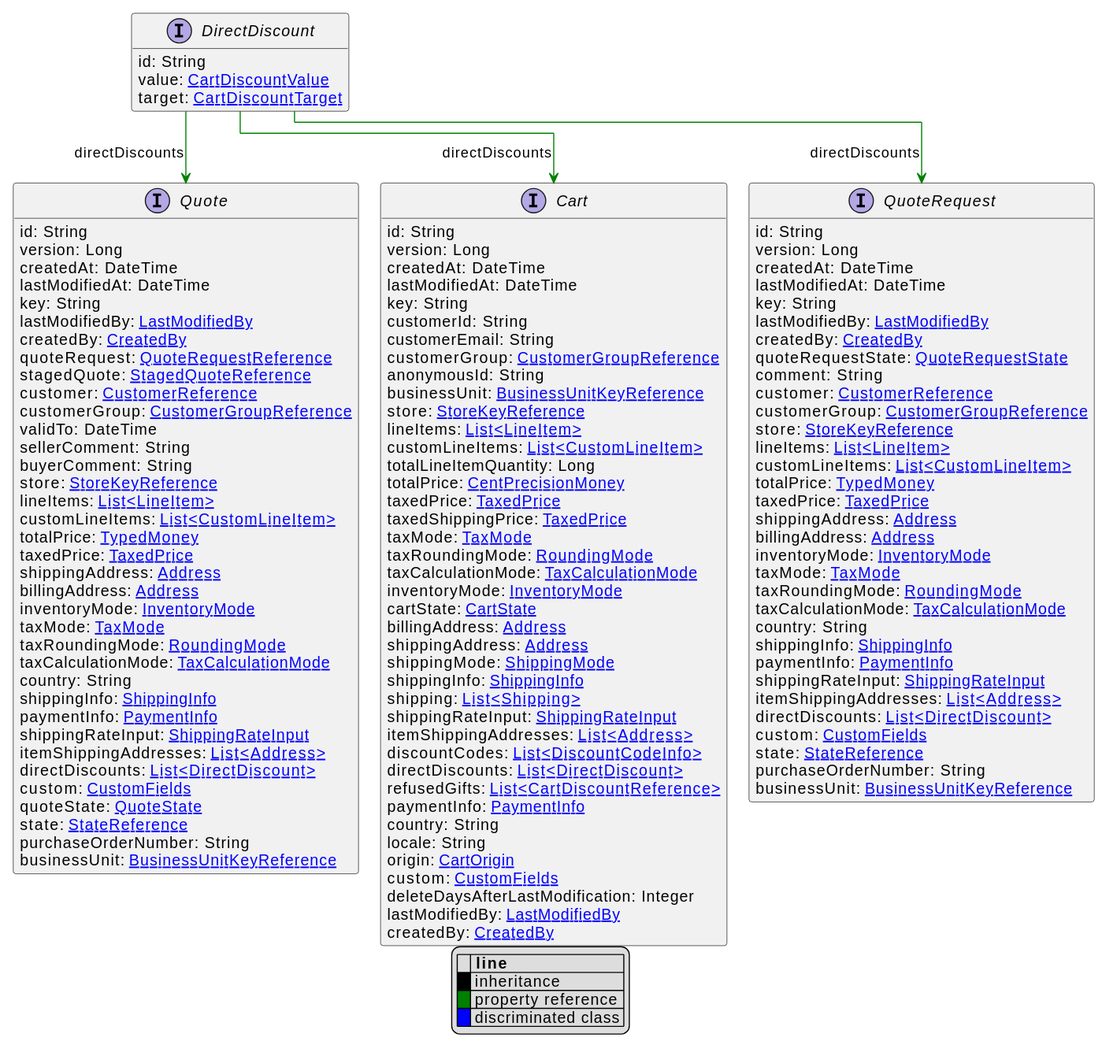
This is uml/api/svg/DirectDiscount.svg from commercetools/commercetools-api-reference, a PlantUML export, as it was before one commit.
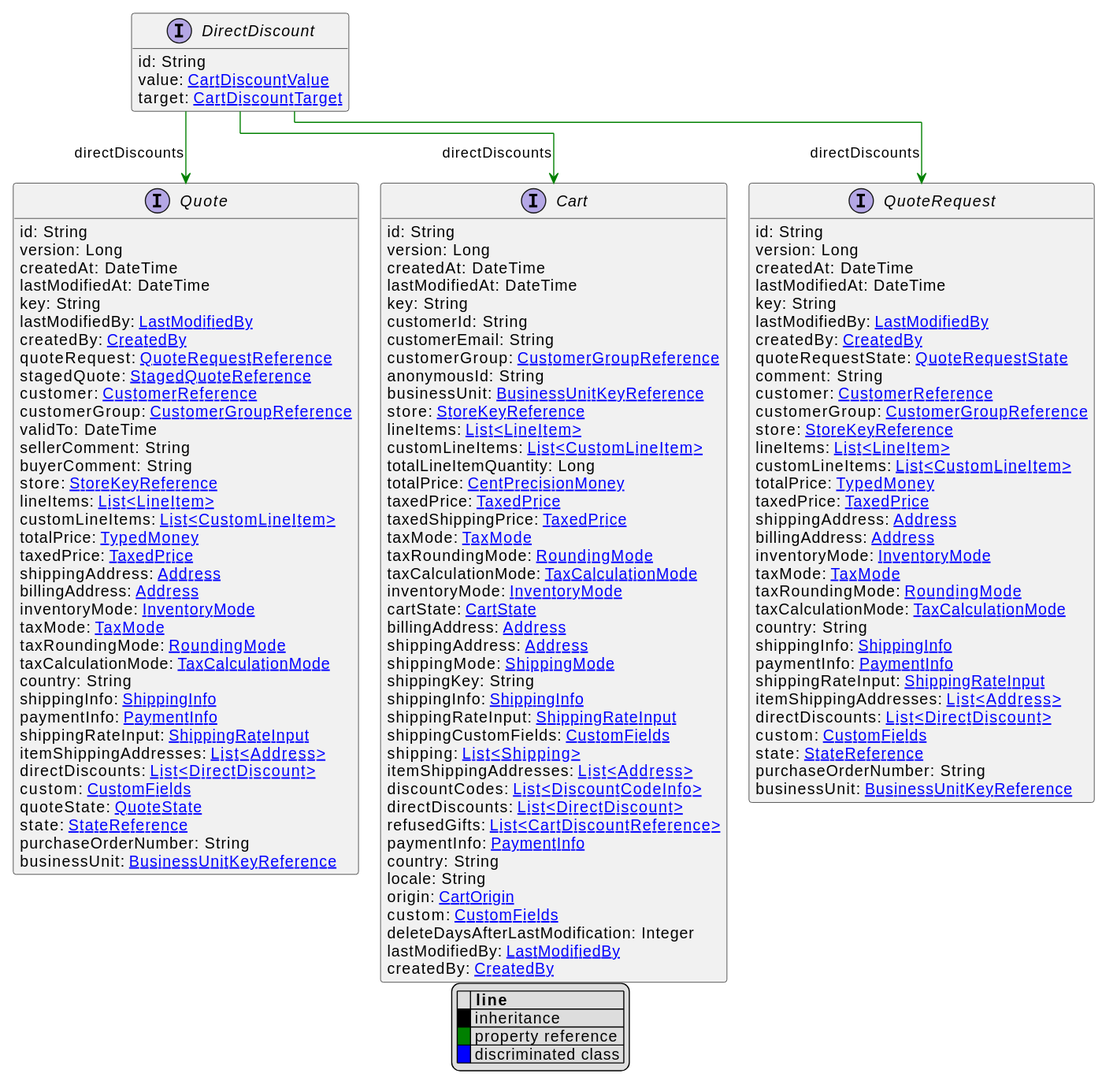
After the change.

The edit, as a diff of the source:
```diff
@@ -42,9 +42,11 @@
     billingAddress: [[Address.svg Address]]
     shippingAddress: [[Address.svg Address]]
     shippingMode: [[ShippingMode.svg ShippingMode]]
+    shippingKey: String
     shippingInfo: [[ShippingInfo.svg ShippingInfo]]
+    shippingRateInput: [[ShippingRateInput.svg ShippingRateInput]]
+    shippingCustomFields: [[CustomFields.svg CustomFields]]
     shipping: [[Shipping.svg List<Shipping>]]
-    shippingRateInput: [[ShippingRateInput.svg ShippingRateInput]]
     itemShippingAddresses: [[Address.svg List<Address>]]
     discountCodes: [[DiscountCodeInfo.svg List<DiscountCodeInfo>]]
     directDiscounts: [[DirectDiscount.svg List<DirectDiscount>]]
```
